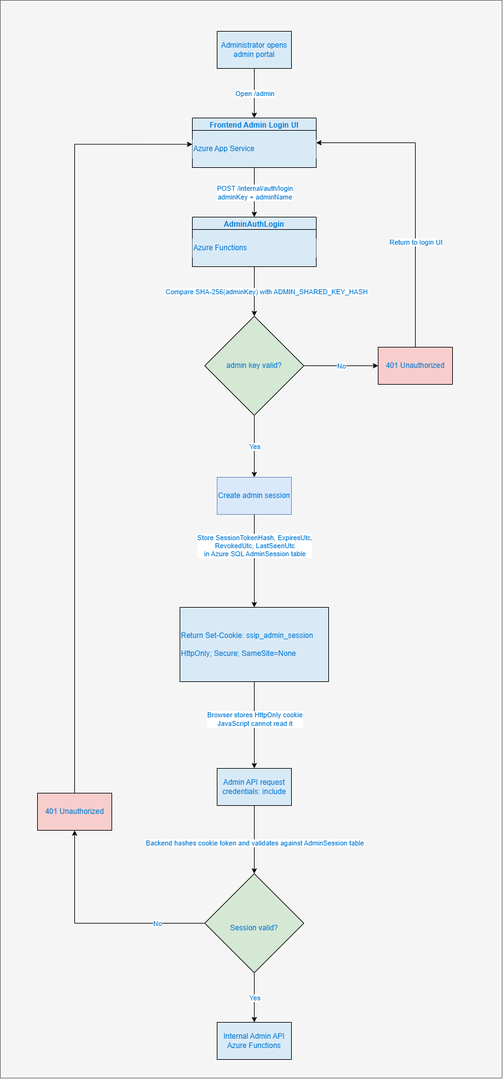
The draw.io diagram docs/Architecture/SSIP_Admin_Authentication_and_Operations_Flow.png in erwanminguillon/secure-serverless-incident-portal, before a commit. Source tidied: cells renumbered, new cells last; positions are measured from the earlier drawing's top-left corner, leaving out a move shared by most shapes.
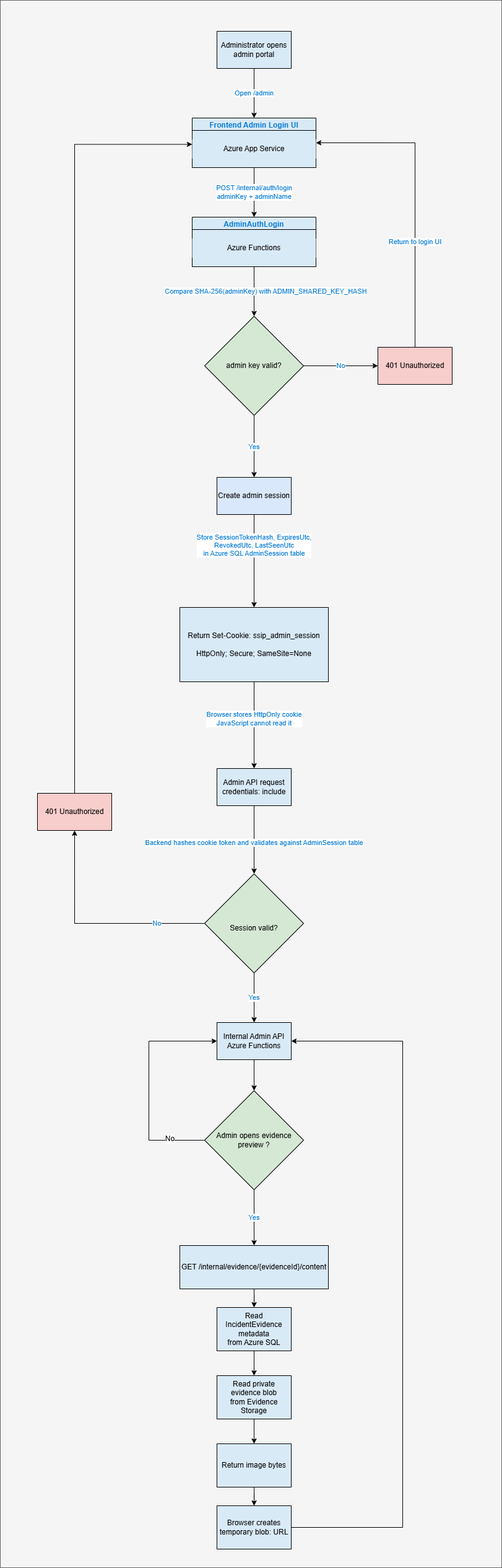
The same diagram one commit later.

The edit, as a diff of the source:
```diff
@@ -3,9 +3,9 @@
     <mxCell id="0" />
     <mxCell id="1" parent="0" />
     <mxCell id="2" style="rounded=0;whiteSpace=wrap;html=1;fillColor=#f5f5f5;fontColor=#333333;strokeColor=#666666;" parent="1" vertex="1">
-      <mxGeometry width="810" height="1740" as="geometry" />
+      <mxGeometry width="810" height="2530" as="geometry" />
     </mxCell>
-    <mxCell id="3" value="&lt;font style=&quot;color: rgb(0, 120, 212);&quot;&gt;Administrator opens admin portal&lt;/font&gt;" style="rounded=0;whiteSpace=wrap;html=1;fillColor=#D9EAF7;strokeColor=default;" parent="1" vertex="1">
+    <mxCell id="3" value="&lt;font style=&quot;color: rgb(0, 0, 0);&quot;&gt;Administrator opens admin portal&lt;/font&gt;" style="rounded=0;whiteSpace=wrap;html=1;fillColor=#D9EAF7;strokeColor=default;fontFamily=Helvetica;fontSize=12;fontColor=#000000;fontStyle=0;align=center;verticalAlign=middle;" parent="1" vertex="1">
       <mxGeometry x="350" y="50" width="120" height="60" as="geometry" />
     </mxCell>
     <mxCell id="4" value="&lt;font style=&quot;&quot;&gt;Frontend Admin Login UI&lt;/font&gt;" style="swimlane;whiteSpace=wrap;html=1;fontColor=#0078D4;fillColor=light-dark(#d9eaf7, #ededed);" parent="1" vertex="1">
@@ -14,7 +14,7 @@
     <mxCell id="5" style="whiteSpace=wrap;html=1;fontColor=#0078D4;fillColor=light-dark(#d9eaf7, #ededed);" parent="4" vertex="1">
       <mxGeometry y="20" width="200" height="60" as="geometry" />
     </mxCell>
-    <mxCell id="6" value="&lt;span&gt;Azure App Service&lt;/span&gt;" style="text;html=1;whiteSpace=wrap;strokeColor=none;fillColor=light-dark(#d9eaf7, #ededed);align=left;verticalAlign=middle;rounded=0;fontColor=#0078D4;" parent="4" vertex="1">
+    <mxCell id="6" value="&lt;span&gt;Azure App Service&lt;/span&gt;" style="text;html=1;whiteSpace=wrap;strokeColor=none;fillColor=light-dark(#d9eaf7, #ededed);align=center;verticalAlign=middle;rounded=0;fontColor=#000000;fontFamily=Helvetica;fontSize=12;fontStyle=0;" parent="4" vertex="1">
       <mxGeometry y="35" width="200" height="30" as="geometry" />
     </mxCell>
     <mxCell id="7" style="endArrow=classic;html=1;rounded=0;exitX=0.5;exitY=1;exitDx=0;exitDy=0;entryX=0.5;entryY=0;entryDx=0;entryDy=0;fontColor=#0078D4;" parent="1" edge="1" source="3" target="4">
@@ -26,13 +26,13 @@
     <mxCell id="9" value="&lt;font style=&quot;&quot;&gt;AdminAuthLogin&lt;/font&gt;" style="swimlane;whiteSpace=wrap;html=1;fontColor=#0078D4;fillColor=light-dark(#d9eaf7, #ededed);" parent="1" vertex="1">
       <mxGeometry x="310" y="350" width="200" height="80" as="geometry" />
     </mxCell>
-    <mxCell id="10" style="whiteSpace=wrap;html=1;fontColor=#0078D4;fillColor=light-dark(#d9eaf7, #ededed);" parent="9" vertex="1">
+    <mxCell id="10" style="whiteSpace=wrap;html=1;fontColor=#000000;fillColor=light-dark(#d9eaf7, #ededed);fontFamily=Helvetica;fontSize=12;fontStyle=0;align=center;verticalAlign=middle;" parent="9" vertex="1">
       <mxGeometry y="20" width="200" height="60" as="geometry" />
     </mxCell>
-    <mxCell id="11" value="Azure Functions" style="text;html=1;whiteSpace=wrap;strokeColor=none;fillColor=light-dark(#d9eaf7, #ededed);align=left;verticalAlign=middle;rounded=0;fontColor=#0078D4;" parent="9" vertex="1">
+    <mxCell id="11" value="Azure Functions" style="text;html=1;whiteSpace=wrap;strokeColor=none;fillColor=light-dark(#d9eaf7, #ededed);align=center;verticalAlign=middle;rounded=0;fontColor=#000000;fontFamily=Helvetica;fontSize=12;fontStyle=0;" parent="9" vertex="1">
       <mxGeometry y="35" width="200" height="30" as="geometry" />
     </mxCell>
-    <mxCell id="12" value="&lt;font style=&quot;&quot;&gt;admin key valid?&lt;/font&gt;" style="rhombus;whiteSpace=wrap;html=1;fillColor=#d5e8d4;strokeColor=default;fontColor=#0078D4;" parent="1" vertex="1">
+    <mxCell id="12" value="&lt;font style=&quot;&quot;&gt;admin key valid?&lt;/font&gt;" style="rhombus;whiteSpace=wrap;html=1;fillColor=#d5e8d4;strokeColor=default;fontColor=#000000;fontFamily=Helvetica;fontSize=12;fontStyle=0;align=center;verticalAlign=middle;" parent="1" vertex="1">
       <mxGeometry x="330" y="510" width="160" height="160" as="geometry" />
     </mxCell>
     <mxCell id="13" style="edgeStyle=orthogonalEdgeStyle;rounded=0;jettySize=auto;html=1;entryX=1;entryY=0.5;entryDx=0;entryDy=0;fontColor=#0078D4;" parent="1" edge="1" source="14" target="4">
@@ -42,13 +42,13 @@
         </Array>
       </mxGeometry>
     </mxCell>
-    <mxCell id="14" value="&lt;font style=&quot;&quot;&gt;401 Unauthorized&lt;/font&gt;" style="rounded=0;whiteSpace=wrap;html=1;fillColor=#f8cecc;strokeColor=default;fontColor=#0078D4;" parent="1" vertex="1">
+    <mxCell id="14" value="&lt;font style=&quot;&quot;&gt;401 Unauthorized&lt;/font&gt;" style="rounded=0;whiteSpace=wrap;html=1;fillColor=#f8cecc;strokeColor=default;fontColor=#000000;fontFamily=Helvetica;fontSize=12;fontStyle=0;align=center;verticalAlign=middle;" parent="1" vertex="1">
       <mxGeometry x="610" y="560" width="120" height="60" as="geometry" />
     </mxCell>
     <mxCell id="15" style="edgeStyle=orthogonalEdgeStyle;rounded=0;jettySize=auto;html=1;entryX=0.5;entryY=1;entryDx=0;entryDy=0;" parent="1" edge="1" source="16" target="18">
       <mxGeometry relative="1" as="geometry" />
     </mxCell>
-    <mxCell id="16" value="&lt;font style=&quot;&quot;&gt;&lt;br&gt;Session valid?&lt;/font&gt;" style="rhombus;whiteSpace=wrap;html=1;fillColor=#d5e8d4;strokeColor=default;fontColor=#0078D4;" parent="1" vertex="1">
+    <mxCell id="16" value="&lt;font style=&quot;&quot;&gt;&lt;br&gt;Session valid?&lt;/font&gt;" style="rhombus;whiteSpace=wrap;html=1;fillColor=#d5e8d4;strokeColor=default;fontColor=#000000;fontFamily=Helvetica;fontSize=12;fontStyle=0;align=center;verticalAlign=middle;" parent="1" vertex="1">
       <mxGeometry x="330" y="1410" width="160" height="160" as="geometry" />
     </mxCell>
     <mxCell id="17" style="edgeStyle=orthogonalEdgeStyle;rounded=0;jettySize=auto;html=1;entryX=0;entryY=0.25;entryDx=0;entryDy=0;fontColor=#0078D4;" parent="1" edge="1" source="18" target="6">
@@ -58,7 +58,7 @@
         </Array>
       </mxGeometry>
     </mxCell>
-    <mxCell id="18" value="&lt;font style=&quot;&quot;&gt;401 Unauthorized&lt;/font&gt;" style="rounded=0;whiteSpace=wrap;html=1;fillColor=#f8cecc;strokeColor=default;fontColor=#0078D4;" parent="1" vertex="1">
+    <mxCell id="18" value="&lt;font style=&quot;&quot;&gt;401 Unauthorized&lt;/font&gt;" style="rounded=0;whiteSpace=wrap;html=1;fillColor=#f8cecc;strokeColor=default;fontColor=#000000;fontFamily=Helvetica;fontSize=12;fontStyle=0;align=center;verticalAlign=middle;" parent="1" vertex="1">
       <mxGeometry x="60" y="1280" width="120" height="60" as="geometry" />
     </mxCell>
     <mxCell id="19" style="endArrow=classic;html=1;rounded=0;entryX=0;entryY=0.5;entryDx=0;entryDy=0;exitX=1;exitY=0.5;exitDx=0;exitDy=0;fontColor=#0078D4;" parent="1" edge="1" source="12" target="14">
@@ -87,7 +87,10 @@
     <mxCell id="26" value="Yes" style="edgeLabel;html=1;align=center;verticalAlign=middle;fontColor=#0078D4;" parent="25" vertex="1">
       <mxGeometry relative="1" as="geometry" />
     </mxCell>
+    <mxCell id="41" style="edgeStyle=orthogonalEdgeStyle;rounded=0;jettySize=auto;html=1;entryX=0.5;entryY=0;entryDx=0;entryDy=0;" parent="1" edge="1" source="27" target="51">
+      <mxGeometry relative="1" as="geometry" />
+    </mxCell>
-    <mxCell id="27" value="&lt;font style=&quot;&quot;&gt;Internal Admin API Azure Functions&lt;/font&gt;" style="rounded=0;whiteSpace=wrap;html=1;fillColor=#D9EAF7;strokeColor=default;fontColor=#0078D4;" parent="1" vertex="1">
+    <mxCell id="27" value="&lt;font style=&quot;&quot;&gt;Internal Admin API Azure Functions&lt;/font&gt;" style="rounded=0;whiteSpace=wrap;html=1;fillColor=#D9EAF7;strokeColor=default;fontColor=#000000;fontFamily=Helvetica;fontSize=12;fontStyle=0;align=center;verticalAlign=middle;" parent="1" vertex="1">
       <mxGeometry x="350" y="1650" width="120" height="60" as="geometry" />
     </mxCell>
     <mxCell id="28" style="endArrow=classic;html=1;rounded=0;entryX=0.5;entryY=0;entryDx=0;entryDy=0;exitX=0.5;exitY=1;exitDx=0;exitDy=0;fontColor=#0078D4;" parent="1" edge="1" source="16" target="27">
@@ -102,13 +105,13 @@
     <mxCell id="31" style="edgeStyle=orthogonalEdgeStyle;rounded=0;jettySize=auto;html=1;entryX=0.5;entryY=0;entryDx=0;entryDy=0;" parent="1" edge="1" source="32" target="34">
       <mxGeometry relative="1" as="geometry" />
     </mxCell>
-    <mxCell id="32" value="&lt;font style=&quot;color: rgb(0, 120, 212);&quot;&gt;Create admin session&lt;/font&gt;" style="rounded=0;whiteSpace=wrap;html=1;fillColor=#dae8fc;strokeColor=#6c8ebf;" parent="1" vertex="1">
+    <mxCell id="32" value="&lt;font style=&quot;color: rgb(0, 0, 0);&quot;&gt;Create admin session&lt;/font&gt;" style="rounded=0;whiteSpace=wrap;html=1;fillColor=#dae8fc;strokeColor=#000000;fontFamily=Helvetica;fontSize=12;fontColor=#000000;fontStyle=0;align=center;verticalAlign=middle;" parent="1" vertex="1">
       <mxGeometry x="350" y="770" width="120" height="60" as="geometry" />
     </mxCell>
     <mxCell id="33" style="edgeStyle=orthogonalEdgeStyle;rounded=0;jettySize=auto;html=1;exitX=0.5;exitY=1;exitDx=0;exitDy=0;entryX=0.5;entryY=0;entryDx=0;entryDy=0;" parent="1" edge="1" source="34" target="38">
       <mxGeometry relative="1" as="geometry" />
     </mxCell>
-    <mxCell id="34" value="&lt;div class=&quot;scriptor-paragraph&quot;&gt;&lt;span&gt;Return Set-Cookie: ssip_admin_session&lt;/span&gt;&lt;/div&gt;&lt;div class=&quot;scriptor-paragraph&quot;&gt;&lt;span&gt;&lt;br&gt;&lt;/span&gt;&lt;/div&gt;&lt;div class=&quot;scriptor-paragraph&quot;&gt;&lt;span&gt;HttpOnly; Secure; SameSite=None&lt;/span&gt;&lt;/div&gt;" style="rounded=0;whiteSpace=wrap;html=1;fillColor=#D9EAF7;strokeColor=default;fontColor=#0078D4;align=left;" parent="1" vertex="1">
+    <mxCell id="34" value="&lt;div class=&quot;scriptor-paragraph&quot;&gt;&lt;span&gt;Return Set-Cookie: ssip_admin_session&lt;/span&gt;&lt;/div&gt;&lt;div class=&quot;scriptor-paragraph&quot;&gt;&lt;span&gt;&lt;br&gt;&lt;/span&gt;&lt;/div&gt;&lt;div class=&quot;scriptor-paragraph&quot;&gt;&lt;span&gt;HttpOnly; Secure; SameSite=None&lt;/span&gt;&lt;/div&gt;" style="rounded=0;whiteSpace=wrap;html=1;fillColor=#D9EAF7;strokeColor=default;fontColor=#000000;align=center;fontFamily=Helvetica;fontSize=12;fontStyle=0;verticalAlign=middle;" parent="1" vertex="1">
       <mxGeometry x="290" y="980" width="240" height="120" as="geometry" />
     </mxCell>
     <mxCell id="35" value="&lt;div class=&quot;scriptor-paragraph&quot;&gt;&lt;span&gt;Store SessionTokenHash, ExpiresUtc,&lt;/span&gt;&lt;/div&gt;&lt;div class=&quot;scriptor-paragraph&quot;&gt;&lt;span&gt;RevokedUtc, LastSeenUtc&lt;/span&gt;&lt;/div&gt;&lt;div class=&quot;scriptor-paragraph&quot;&gt;&lt;span&gt;in Azure SQL AdminSession table&lt;/span&gt;&lt;/div&gt;" style="edgeLabel;html=1;align=center;verticalAlign=middle;fontColor=#0078D4;" parent="1" vertex="1">
@@ -122,7 +125,7 @@
     <mxCell id="37" style="edgeStyle=orthogonalEdgeStyle;rounded=0;jettySize=auto;html=1;exitX=0.5;exitY=1;exitDx=0;exitDy=0;entryX=0.5;entryY=0;entryDx=0;entryDy=0;" parent="1" edge="1" source="38" target="16">
       <mxGeometry relative="1" as="geometry" />
     </mxCell>
-    <mxCell id="38" value="&lt;div class=&quot;scriptor-paragraph&quot;&gt;&lt;span&gt;Admin API request&lt;/span&gt;&lt;/div&gt;&lt;div class=&quot;scriptor-paragraph&quot;&gt;&lt;span&gt;credentials: include&lt;/span&gt;&lt;/div&gt;" style="rounded=0;whiteSpace=wrap;html=1;fillColor=#D9EAF7;strokeColor=default;fontColor=#0078D4;" parent="1" vertex="1">
+    <mxCell id="38" value="&lt;div class=&quot;scriptor-paragraph&quot;&gt;&lt;span&gt;Admin API request&lt;/span&gt;&lt;/div&gt;&lt;div class=&quot;scriptor-paragraph&quot;&gt;&lt;span&gt;credentials: include&lt;/span&gt;&lt;/div&gt;" style="rounded=0;whiteSpace=wrap;html=1;fillColor=#D9EAF7;strokeColor=default;fontColor=#000000;fontFamily=Helvetica;fontSize=12;fontStyle=0;align=center;verticalAlign=middle;" parent="1" vertex="1">
       <mxGeometry x="350" y="1240" width="120" height="60" as="geometry" />
     </mxCell>
     <mxCell id="39" value="&lt;div class=&quot;scriptor-paragraph&quot;&gt;&lt;span&gt;Browser stores HttpOnly cookie&lt;/span&gt;&lt;/div&gt;&lt;div class=&quot;scriptor-paragraph&quot;&gt;&lt;span&gt;JavaScript cannot read it&lt;/span&gt;&lt;/div&gt;" style="edgeLabel;html=1;align=center;verticalAlign=middle;fontColor=#0078D4;" parent="1" vertex="1">
@@ -131,5 +134,62 @@
     <mxCell id="40" value="&lt;span&gt;Backend hashes cookie token and validates against AdminSession table&lt;/span&gt;" style="edgeLabel;html=1;align=center;verticalAlign=middle;fontColor=#0078D4;" parent="1" vertex="1">
       <mxGeometry x="410" y="1360" as="geometry" />
     </mxCell>
+    <mxCell id="42" style="edgeStyle=orthogonalEdgeStyle;rounded=0;jettySize=auto;html=1;entryX=0.5;entryY=0;entryDx=0;entryDy=0;" parent="1" edge="1" source="43" target="56">
+      <mxGeometry relative="1" as="geometry" />
+    </mxCell>
+    <mxCell id="43" value="&lt;div class=&quot;scriptor-paragraph&quot;&gt;&lt;span&gt;GET /internal/evidence/{evidenceId}/content&lt;/span&gt;&lt;/div&gt;" style="rounded=0;whiteSpace=wrap;html=1;fillColor=#D9EAF7;strokeColor=default;fontColor=#000000;fontFamily=Helvetica;fontSize=12;fontStyle=0;align=center;verticalAlign=middle;" parent="1" vertex="1">
+      <mxGeometry x="290" y="2010" width="240" height="70" as="geometry" />
+    </mxCell>
+    <mxCell id="44" style="edgeStyle=orthogonalEdgeStyle;rounded=0;jettySize=auto;html=1;entryX=0.5;entryY=0;entryDx=0;entryDy=0;" parent="1" edge="1" source="45" target="47">
+      <mxGeometry relative="1" as="geometry" />
+    </mxCell>
+    <mxCell id="45" value="&lt;div class=&quot;scriptor-paragraph&quot;&gt;&lt;div class=&quot;scriptor-paragraph&quot;&gt;&lt;span&gt;Read private evidence blob&lt;/span&gt;&lt;/div&gt;&lt;div class=&quot;scriptor-paragraph&quot;&gt;&lt;span&gt;from Evidence Storage&lt;/span&gt;&lt;/div&gt;&lt;/div&gt;" style="rounded=0;whiteSpace=wrap;html=1;fillColor=#D9EAF7;strokeColor=default;fontColor=#000000;fontFamily=Helvetica;fontSize=12;fontStyle=0;align=center;verticalAlign=middle;" parent="1" vertex="1">
+      <mxGeometry x="350" y="2220" width="120" height="70" as="geometry" />
+    </mxCell>
+    <mxCell id="46" style="edgeStyle=orthogonalEdgeStyle;rounded=0;jettySize=auto;html=1;entryX=0.5;entryY=0;entryDx=0;entryDy=0;" parent="1" edge="1" source="47" target="49">
+      <mxGeometry relative="1" as="geometry" />
+    </mxCell>
+    <mxCell id="47" value="&lt;div class=&quot;scriptor-paragraph&quot;&gt;&lt;div class=&quot;scriptor-paragraph&quot;&gt;&lt;span&gt;Return image bytes&lt;/span&gt;&lt;/div&gt;&lt;/div&gt;" style="rounded=0;whiteSpace=wrap;html=1;fillColor=#D9EAF7;strokeColor=default;fontColor=#000000;fontFamily=Helvetica;fontSize=12;fontStyle=0;align=center;verticalAlign=middle;" parent="1" vertex="1">
+      <mxGeometry x="350" y="2330" width="120" height="70" as="geometry" />
+    </mxCell>
+    <mxCell id="48" style="edgeStyle=orthogonalEdgeStyle;rounded=0;jettySize=auto;html=1;entryX=1;entryY=0.5;entryDx=0;entryDy=0;" parent="1" edge="1" source="49" target="27">
+      <mxGeometry relative="1" as="geometry">
+        <Array as="points">
+          <mxPoint x="650" y="2465" />
+          <mxPoint x="650" y="1680" />
+        </Array>
+      </mxGeometry>
+    </mxCell>
+    <mxCell id="49" value="&lt;div class=&quot;scriptor-paragraph&quot;&gt;&lt;div class=&quot;scriptor-paragraph&quot;&gt;&lt;span&gt;Browser creates temporary blob: URL&lt;/span&gt;&lt;/div&gt;&lt;/div&gt;" style="rounded=0;whiteSpace=wrap;html=1;fillColor=#D9EAF7;strokeColor=default;fontColor=#000000;" parent="1" vertex="1">
+      <mxGeometry x="350" y="2430" width="120" height="70" as="geometry" />
+    </mxCell>
+    <mxCell id="50" style="edgeStyle=orthogonalEdgeStyle;rounded=0;jettySize=auto;html=1;entryX=0;entryY=0.5;entryDx=0;entryDy=0;" parent="1" edge="1" source="51" target="27">
+      <mxGeometry relative="1" as="geometry">
+        <Array as="points">
+          <mxPoint x="240" y="1840" />
+          <mxPoint x="240" y="1680" />
+        </Array>
+      </mxGeometry>
+    </mxCell>
+    <mxCell id="51" value="&lt;div class=&quot;scriptor-paragraph&quot;&gt;&lt;span&gt;Admin opens evidence preview ?&lt;/span&gt;&lt;/div&gt;" style="rhombus;whiteSpace=wrap;html=1;fillColor=#d5e8d4;strokeColor=default;fontColor=#000000;fontFamily=Helvetica;fontSize=12;fontStyle=0;align=center;verticalAlign=middle;" parent="1" vertex="1">
+      <mxGeometry x="330" y="1760" width="160" height="160" as="geometry" />
+    </mxCell>
+    <mxCell id="52" style="endArrow=classic;html=1;rounded=0;exitX=0.5;exitY=1;exitDx=0;exitDy=0;entryX=0.5;entryY=0;entryDx=0;entryDy=0;" parent="1" edge="1" source="51" target="43">
+      <mxGeometry relative="1" as="geometry" />
+    </mxCell>
+    <mxCell id="53" value="Yes" style="edgeLabel;html=1;align=center;verticalAlign=middle;fontColor=#0078D4;" parent="52" vertex="1">
+      <mxGeometry relative="1" as="geometry" />
+    </mxCell>
+    <mxCell id="54" value="No" style="edgeLabel;html=1;align=center;verticalAlign=middle;fontColor=#000000;fontFamily=Helvetica;fontSize=12;fontStyle=0;" parent="1" vertex="1">
+      <mxGeometry x="430" y="1620" as="geometry">
+        <mxPoint x="-156" y="218" as="offset" />
+      </mxGeometry>
+    </mxCell>
+    <mxCell id="55" style="edgeStyle=orthogonalEdgeStyle;rounded=0;jettySize=auto;html=1;entryX=0.5;entryY=0;entryDx=0;entryDy=0;" parent="1" edge="1" source="56" target="45">
+      <mxGeometry relative="1" as="geometry" />
+    </mxCell>
+    <mxCell id="56" value="&lt;div class=&quot;scriptor-paragraph&quot;&gt;&lt;span&gt;Read IncidentEvidence metadata&lt;/span&gt;&lt;/div&gt;&lt;div class=&quot;scriptor-paragraph&quot;&gt;&lt;span&gt;from Azure SQL&lt;/span&gt;&lt;/div&gt;" style="rounded=0;whiteSpace=wrap;html=1;fillColor=#D9EAF7;strokeColor=default;fontColor=#000000;fontFamily=Helvetica;fontSize=12;fontStyle=0;align=center;verticalAlign=middle;" parent="1" vertex="1">
+      <mxGeometry x="350" y="2110" width="120" height="70" as="geometry" />
+    </mxCell>
   </root>
 </mxGraphModel>
```
